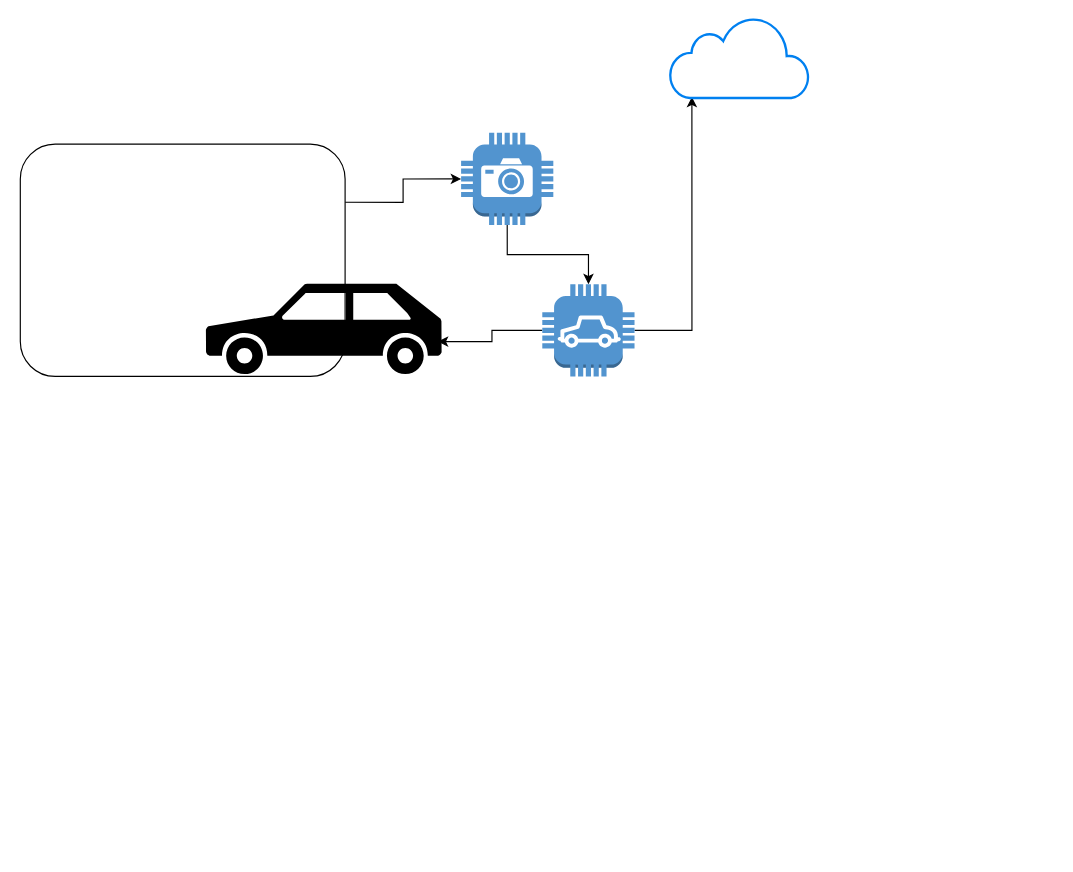
This is scratch.drawio from anandcpanchal/experimental, a draw.io file, before an edit. Source tidied: cells renumbered, new cells numbered last; positions are measured from the earlier drawing's top-left corner, leaving out a move shared by most shapes. Both pictures are drawn from the tidied source at 116%, with x=0, y=0 at pixel (20, 16).
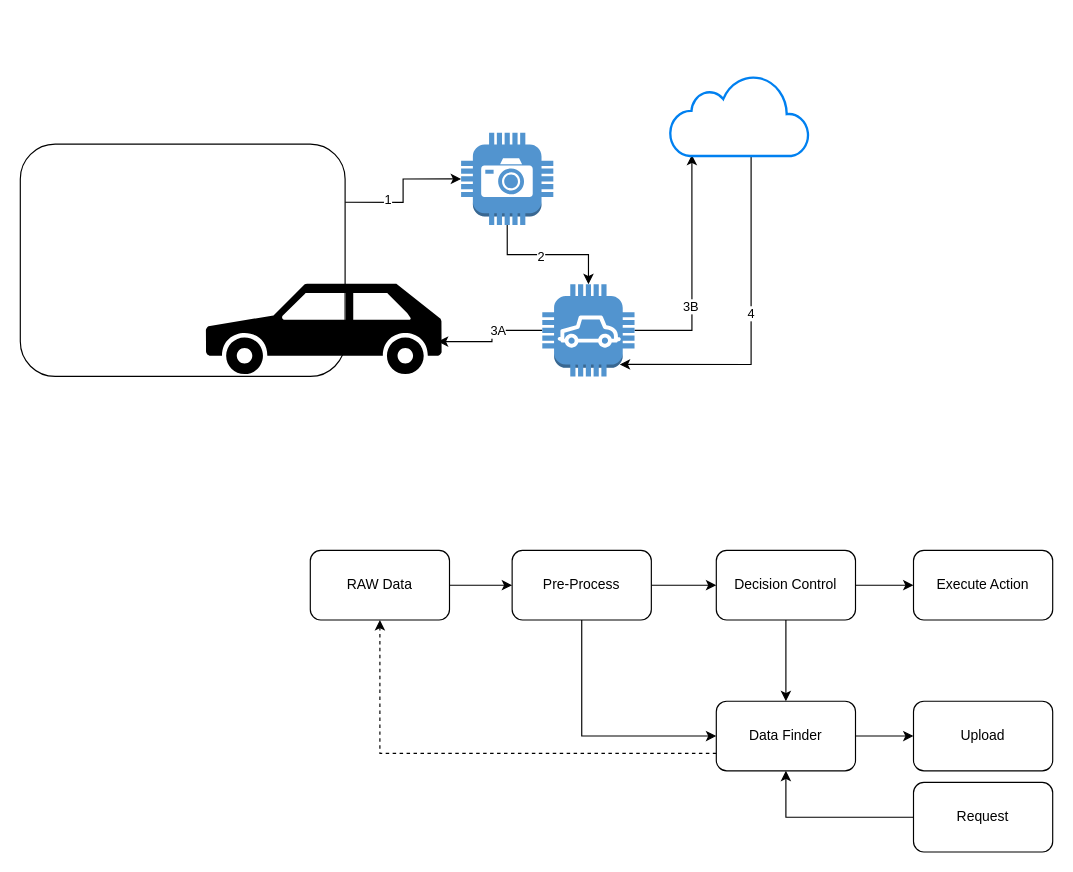
Above is the later version.

The change refers to these unchanged cells:
```xml
<mxCell id="2" style="edgeStyle=orthogonalEdgeStyle;rounded=0;jettySize=auto;html=1;exitX=1;exitY=0.25;exitDx=0;exitDy=0;entryX=0;entryY=0.5;entryDx=0;entryDy=0;entryPerimeter=0;" parent="1" edge="1" source="3" target="6">
  <mxGeometry relative="1" as="geometry" />
</mxCell>
<mxCell id="5" style="edgeStyle=orthogonalEdgeStyle;rounded=0;jettySize=auto;html=1;exitX=0.5;exitY=1;exitDx=0;exitDy=0;exitPerimeter=0;" parent="1" edge="1" source="6" target="9">
  <mxGeometry relative="1" as="geometry" />
</mxCell>
<mxCell id="7" style="edgeStyle=orthogonalEdgeStyle;rounded=0;jettySize=auto;html=1;exitX=0;exitY=0.5;exitDx=0;exitDy=0;exitPerimeter=0;entryX=0.984;entryY=0.641;entryDx=0;entryDy=0;entryPerimeter=0;" parent="1" edge="1" source="9" target="4">
  <mxGeometry relative="1" as="geometry" />
</mxCell>
<mxCell id="8" style="edgeStyle=orthogonalEdgeStyle;rounded=0;jettySize=auto;html=1;exitX=1;exitY=0.5;exitDx=0;exitDy=0;exitPerimeter=0;entryX=0.158;entryY=0.986;entryDx=0;entryDy=0;entryPerimeter=0;" parent="1" edge="1" source="9" target="10">
  <mxGeometry relative="1" as="geometry" />
</mxCell>
<mxCell id="9" style="outlineConnect=0;dashed=0;verticalLabelPosition=bottom;verticalAlign=top;align=center;html=1;shape=mxgraph.aws3.car;fillColor=#5294CF;gradientColor=none;" parent="1" vertex="1">
  <mxGeometry x="450" y="230.5" width="79.5" height="79.5" as="geometry" />
</mxCell>
```

What changed in the source:
```diff
@@
+    <mxCell id="11" value="1" style="edgeLabel;html=1;align=center;verticalAlign=middle;" parent="2" vertex="1">
+      <mxGeometry x="-0.4" y="2" relative="1" as="geometry" />
+    </mxCell>
@@
+    <mxCell id="12" value="2" style="edgeLabel;html=1;align=center;verticalAlign=middle;" parent="5" vertex="1">
+      <mxGeometry x="-0.1" y="-1" relative="1" as="geometry" />
+    </mxCell>
@@
+    <mxCell id="13" value="3A" style="edgeLabel;html=1;align=center;verticalAlign=middle;" parent="7" vertex="1">
+      <mxGeometry x="-0.22" relative="1" as="geometry" />
+    </mxCell>
@@
+    <mxCell id="14" value="3B" style="edgeLabel;html=1;align=center;verticalAlign=middle;" parent="8" vertex="1">
+      <mxGeometry x="-0.3" y="1" relative="1" as="geometry" />
+    </mxCell>
@@
+    <mxCell id="15" style="edgeStyle=orthogonalEdgeStyle;rounded=0;jettySize=auto;html=1;entryX=0.84;entryY=0.87;entryDx=0;entryDy=0;entryPerimeter=0;" parent="1" edge="1" source="10" target="9">
+      <mxGeometry relative="1" as="geometry">
+        <Array as="points">
+          <mxPoint x="630" y="300" />
+        </Array>
+      </mxGeometry>
+    </mxCell>
+    <mxCell id="16" value="4" style="edgeLabel;html=1;align=center;verticalAlign=middle;" parent="15" vertex="1">
+      <mxGeometry x="-0.08" y="-1" relative="1" as="geometry" />
+    </mxCell>
     <mxCell id="10" style="html=1;verticalLabelPosition=bottom;align=center;labelBackgroundColor=#ffffff;verticalAlign=top;strokeWidth=2;strokeColor=#0080F0;shadow=0;dashed=0;shape=mxgraph.ios7.icons.cloud;" parent="1" vertex="1">
-      <mxGeometry x="560" width="120" height="70" as="geometry" />
+      <mxGeometry x="560" y="50" width="120" height="70" as="geometry" />
     </mxCell>
+    <mxCell id="17" style="edgeStyle=orthogonalEdgeStyle;rounded=0;jettySize=auto;html=1;exitX=1;exitY=0.5;exitDx=0;exitDy=0;" parent="1" edge="1" source="18" target="21">
+      <mxGeometry relative="1" as="geometry" />
+    </mxCell>
+    <mxCell id="18" value="RAW Data" style="rounded=1;whiteSpace=wrap;html=1;" parent="1" vertex="1">
+      <mxGeometry x="250" y="460" width="120" height="60" as="geometry" />
+    </mxCell>
+    <mxCell id="19" style="edgeStyle=orthogonalEdgeStyle;rounded=0;jettySize=auto;html=1;exitX=1;exitY=0.5;exitDx=0;exitDy=0;" parent="1" edge="1" source="21" target="24">
+      <mxGeometry relative="1" as="geometry" />
+    </mxCell>
+    <mxCell id="20" style="edgeStyle=orthogonalEdgeStyle;rounded=0;jettySize=auto;html=1;exitX=0.5;exitY=1;exitDx=0;exitDy=0;entryX=0;entryY=0.5;entryDx=0;entryDy=0;" parent="1" edge="1" source="21" target="28">
+      <mxGeometry relative="1" as="geometry" />
+    </mxCell>
+    <mxCell id="21" value="Pre-Process" style="rounded=1;whiteSpace=wrap;html=1;" parent="1" vertex="1">
+      <mxGeometry x="424" y="460" width="120" height="60" as="geometry" />
+    </mxCell>
+    <mxCell id="22" style="edgeStyle=orthogonalEdgeStyle;rounded=0;jettySize=auto;html=1;exitX=1;exitY=0.5;exitDx=0;exitDy=0;entryX=0;entryY=0.5;entryDx=0;entryDy=0;" parent="1" edge="1" source="24" target="25">
+      <mxGeometry relative="1" as="geometry" />
+    </mxCell>
+    <mxCell id="23" style="edgeStyle=orthogonalEdgeStyle;rounded=0;jettySize=auto;html=1;exitX=0.5;exitY=1;exitDx=0;exitDy=0;entryX=0.5;entryY=0;entryDx=0;entryDy=0;" parent="1" edge="1" source="24" target="28">
+      <mxGeometry relative="1" as="geometry" />
+    </mxCell>
+    <mxCell id="24" value="Decision Control" style="rounded=1;whiteSpace=wrap;html=1;" parent="1" vertex="1">
+      <mxGeometry x="600" y="460" width="120" height="60" as="geometry" />
+    </mxCell>
+    <mxCell id="25" value="Execute Action" style="rounded=1;whiteSpace=wrap;html=1;" parent="1" vertex="1">
+      <mxGeometry x="770" y="460" width="120" height="60" as="geometry" />
+    </mxCell>
+    <mxCell id="26" style="edgeStyle=orthogonalEdgeStyle;rounded=0;jettySize=auto;html=1;exitX=1;exitY=0.5;exitDx=0;exitDy=0;entryX=0;entryY=0.5;entryDx=0;entryDy=0;" parent="1" edge="1" source="28" target="29">
+      <mxGeometry relative="1" as="geometry" />
+    </mxCell>
+    <mxCell id="27" style="edgeStyle=orthogonalEdgeStyle;rounded=0;jettySize=auto;html=1;exitX=0;exitY=0.75;exitDx=0;exitDy=0;entryX=0.5;entryY=1;entryDx=0;entryDy=0;dashed=1;" parent="1" edge="1" source="28" target="18">
+      <mxGeometry relative="1" as="geometry" />
+    </mxCell>
+    <mxCell id="28" value="Data Finder" style="rounded=1;whiteSpace=wrap;html=1;" parent="1" vertex="1">
+      <mxGeometry x="600" y="590" width="120" height="60" as="geometry" />
+    </mxCell>
+    <mxCell id="29" value="Upload" style="rounded=1;whiteSpace=wrap;html=1;" parent="1" vertex="1">
+      <mxGeometry x="770" y="590" width="120" height="60" as="geometry" />
+    </mxCell>
+    <mxCell id="30" style="edgeStyle=orthogonalEdgeStyle;rounded=0;jettySize=auto;html=1;exitX=0;exitY=0.5;exitDx=0;exitDy=0;entryX=0.5;entryY=1;entryDx=0;entryDy=0;" parent="1" edge="1" source="31" target="28">
+      <mxGeometry relative="1" as="geometry" />
+    </mxCell>
+    <mxCell id="31" value="Request" style="rounded=1;whiteSpace=wrap;html=1;" parent="1" vertex="1">
+      <mxGeometry x="770" y="660" width="120" height="60" as="geometry" />
+    </mxCell>
```
